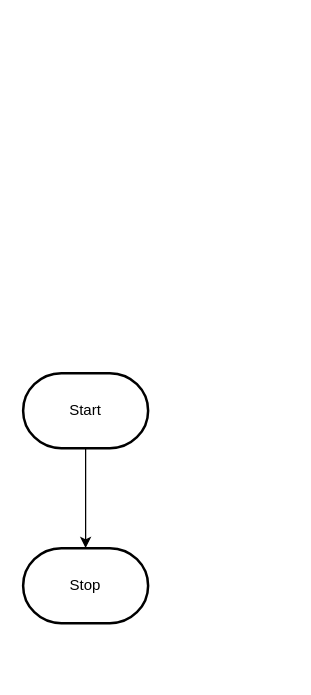
Above: design/flowchart.drawio in MTHS-ICS3U-2-2022/ICS3U-Unit-5-01-Nina-S-Mathew (draw.io), before the change. Source tidied: cells renumbered, new cells numbered last; positions are measured from the earlier drawing's top-left corner, leaving out a move shared by most shapes. Both pictures are drawn from the tidied source at 125%, with x=0, y=0 at pixel (22, 372).
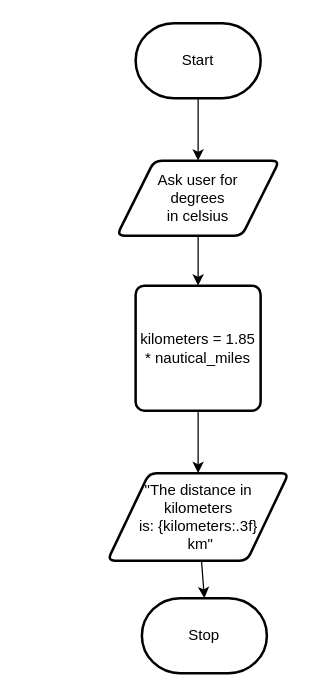
Above is the later version.

Change to the diagram source:
```diff
@@
 <mxGraphModel>
   <root>
     <mxCell id="0" />
     <mxCell id="1" parent="0" />
-    <mxCell id="2" style="edgeStyle=orthogonalEdgeStyle;html=1;rounded=0;" parent="1" edge="1" source="3" target="4">
+    <mxCell id="2" style="edgeStyle=none;html=1;entryX=0.5;entryY=0;entryDx=0;entryDy=0;" parent="1" edge="1" source="3" target="6">
       <mxGeometry relative="1" as="geometry" />
     </mxCell>
     <mxCell id="3" value="Start" style="strokeWidth=2;html=1;shape=mxgraph.flowchart.terminator;whiteSpace=wrap;" parent="1" vertex="1">
-      <mxGeometry width="100" height="60" as="geometry" />
+      <mxGeometry x="90" y="-280" width="100" height="60" as="geometry" />
     </mxCell>
+    <mxCell id="5" style="edgeStyle=none;html=1;" parent="1" edge="1" source="6" target="8">
+      <mxGeometry relative="1" as="geometry" />
+    </mxCell>
+    <mxCell id="6" value="Ask user for &lt;br&gt;degrees &lt;br&gt;in celsius" style="shape=parallelogram;html=1;strokeWidth=2;perimeter=parallelogramPerimeter;whiteSpace=wrap;rounded=1;arcSize=12;size=0.23;" parent="1" vertex="1">
+      <mxGeometry x="75" y="-170" width="130" height="60" as="geometry" />
+    </mxCell>
+    <mxCell id="7" style="edgeStyle=none;html=1;" parent="1" edge="1" source="8" target="10">
+      <mxGeometry relative="1" as="geometry" />
+    </mxCell>
+    <mxCell id="8" value="kilometers = 1.85 * nautical_miles" style="rounded=1;whiteSpace=wrap;html=1;absoluteArcSize=1;arcSize=14;strokeWidth=2;" parent="1" vertex="1">
+      <mxGeometry x="90" y="-70" width="100" height="100" as="geometry" />
+    </mxCell>
+    <mxCell id="9" style="edgeStyle=none;html=1;entryX=0.5;entryY=0;entryDx=0;entryDy=0;entryPerimeter=0;" parent="1" edge="1" source="10" target="4">
+      <mxGeometry relative="1" as="geometry" />
+    </mxCell>
+    <mxCell id="10" value="&quot;The distance in kilometers &lt;br&gt;is: {kilometers:.3f}&lt;br&gt;&amp;nbsp;km&quot;" style="shape=parallelogram;html=1;strokeWidth=2;perimeter=parallelogramPerimeter;whiteSpace=wrap;rounded=1;arcSize=12;size=0.23;" parent="1" vertex="1">
+      <mxGeometry x="67.5" y="80" width="145" height="70" as="geometry" />
+    </mxCell>
     <mxCell id="4" value="Stop" style="strokeWidth=2;html=1;shape=mxgraph.flowchart.terminator;whiteSpace=wrap;" parent="1" vertex="1">
-      <mxGeometry y="140" width="100" height="60" as="geometry" />
+      <mxGeometry x="95" y="180" width="100" height="60" as="geometry" />
     </mxCell>
   </root>
 </mxGraphModel>
```
